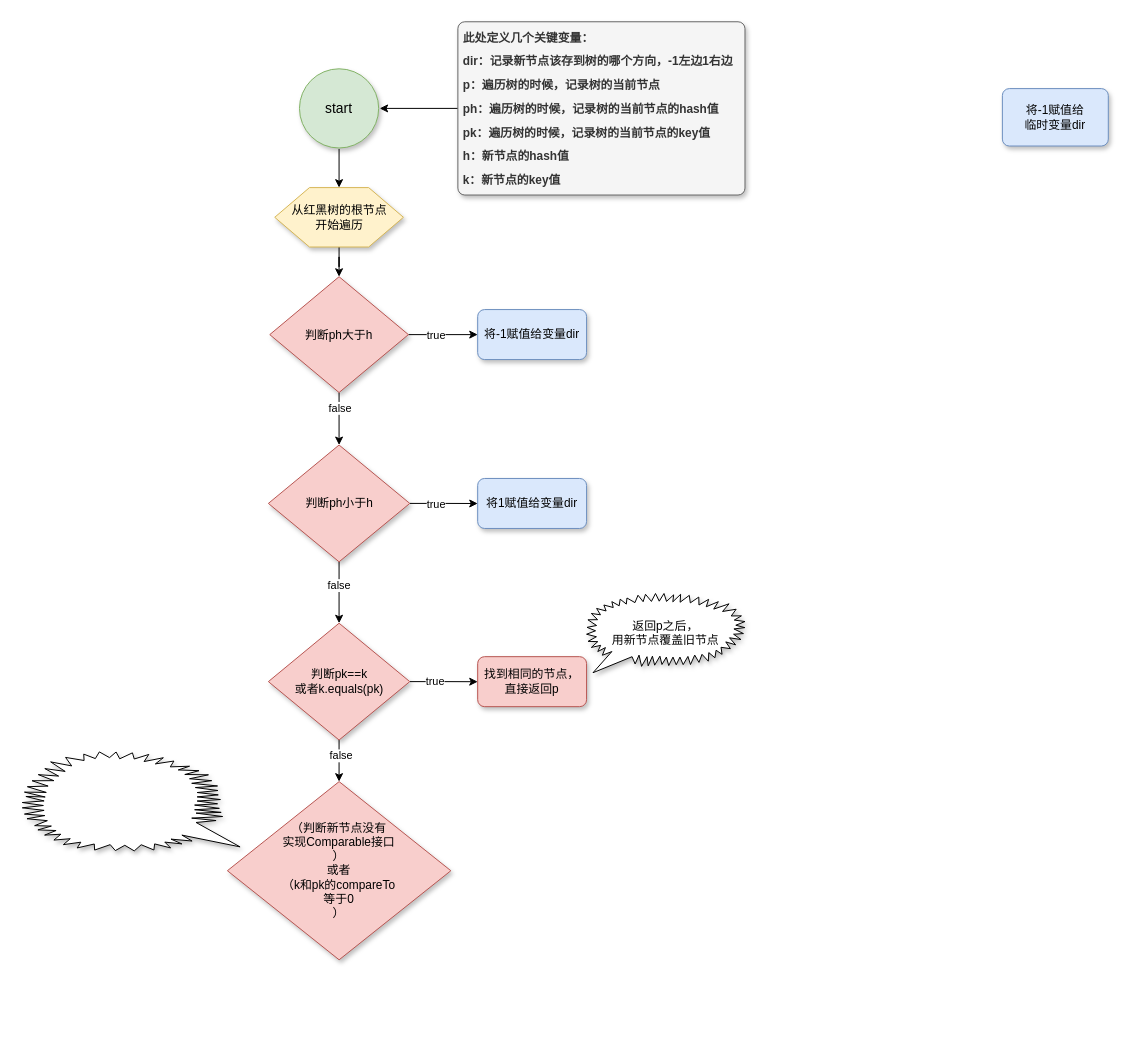
LDChing0321/JavaLearn keeps this draw.io diagram as page "第 2 页" (2 of 2) of typora/JavaSE/Test.drawio. Above is the earlier version. Source tidied: cells renumbered, new cells numbered last; positions are measured from the earlier drawing's top-left corner, leaving out a move shared by most shapes. Both pictures are drawn from the tidied source at 99%, with x=0, y=0 at pixel (22, 21).
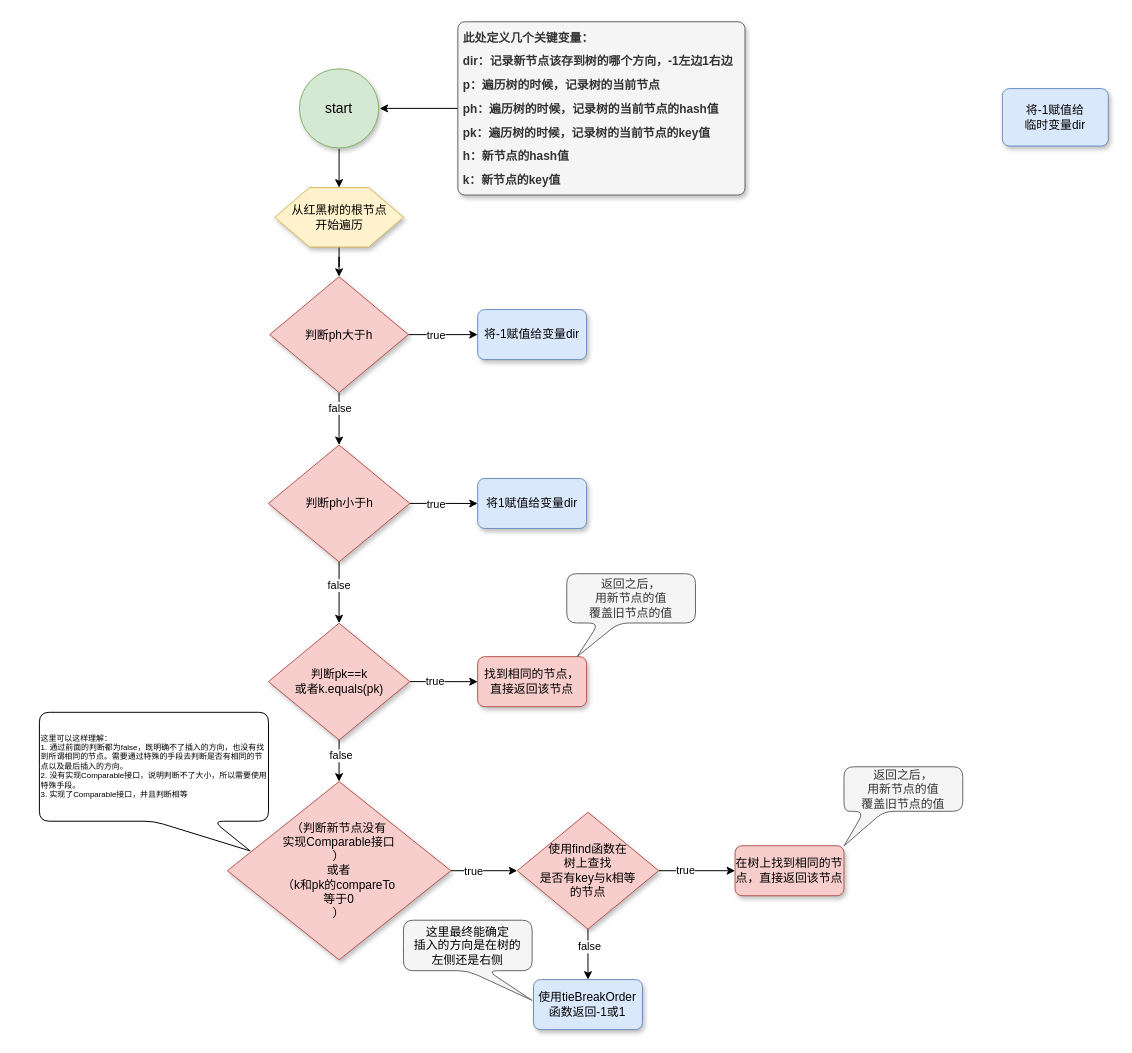
The same diagram, later.

The change refers to these unchanged cells:
```xml
<mxCell id="28" value="（判断新节点没有&lt;br&gt;实现Comparable接口&lt;br&gt;）&lt;br&gt;或者&lt;br&gt;（k和pk的compareTo&lt;br&gt;等于0&lt;br&gt;）" style="strokeWidth=1;html=1;shape=mxgraph.flowchart.decision;whiteSpace=wrap;fillColor=#f8cecc;strokeColor=#b85450;shadow=1;" parent="1" vertex="1">
  <mxGeometry x="207.2" y="768" width="225.7" height="180" as="geometry" />
</mxCell>
```

Change to the diagram source:
```diff
@@
-    <mxCell id="16" value="返回p之后，&lt;br&gt;用新节点覆盖旧节点" style="whiteSpace=wrap;html=1;shape=mxgraph.basic.loud_callout;strokeWidth=1;flipH=0;shadow=1;" parent="1" vertex="1">
-      <mxGeometry x="570" y="578" width="160" height="80" as="geometry" />
-    </mxCell>
@@
-    <mxCell id="27" value="找到相同的节点，&lt;br&gt;直接返回p" style="rounded=1;whiteSpace=wrap;html=1;absoluteArcSize=1;arcSize=14;strokeWidth=1;fillColor=#f8cecc;strokeColor=#b85450;shadow=1;" parent="1" vertex="1">
+    <mxCell id="27" value="找到相同的节点，&lt;br&gt;直接返回该节点" style="rounded=1;whiteSpace=wrap;html=1;absoluteArcSize=1;arcSize=14;strokeWidth=1;fillColor=#f8cecc;strokeColor=#b85450;shadow=1;" parent="1" vertex="1">
       <mxGeometry x="460" y="641.8" width="110" height="50.5" as="geometry" />
     </mxCell>
+    <mxCell id="30" style="edgeStyle=orthogonalEdgeStyle;rounded=0;jettySize=auto;html=1;" parent="1" edge="1" source="28">
+      <mxGeometry relative="1" as="geometry">
+        <mxPoint x="500" y="858" as="targetPoint" />
+      </mxGeometry>
+    </mxCell>
+    <mxCell id="31" value="true" style="edgeLabel;html=1;align=center;verticalAlign=middle;" parent="30" vertex="1">
+      <mxGeometry x="-0.31" y="-1" relative="1" as="geometry">
+        <mxPoint y="-1" as="offset" />
+      </mxGeometry>
+    </mxCell>
@@
-    <mxCell id="29" style="whiteSpace=wrap;html=1;shape=mxgraph.basic.loud_callout;strokeWidth=1;flipH=0;shadow=1;direction=north;" parent="1" vertex="1">
-      <mxGeometry y="738" width="220" height="100" as="geometry" />
-    </mxCell>
+    <mxCell id="32" style="edgeStyle=orthogonalEdgeStyle;rounded=0;jettySize=auto;html=1;" parent="1" edge="1" source="36" target="37">
+      <mxGeometry relative="1" as="geometry">
+        <Array as="points">
+          <mxPoint x="670" y="858" />
+          <mxPoint x="670" y="858" />
+        </Array>
+      </mxGeometry>
+    </mxCell>
+    <mxCell id="33" value="true" style="edgeLabel;html=1;align=center;verticalAlign=middle;" parent="32" vertex="1">
+      <mxGeometry x="-0.29" y="1" relative="1" as="geometry" />
+    </mxCell>
+    <mxCell id="34" style="edgeStyle=orthogonalEdgeStyle;rounded=0;jettySize=auto;html=1;" parent="1" edge="1" source="36" target="38">
+      <mxGeometry relative="1" as="geometry" />
+    </mxCell>
+    <mxCell id="35" value="false" style="edgeLabel;html=1;align=center;verticalAlign=middle;" parent="34" vertex="1">
+      <mxGeometry x="-0.32" y="1" relative="1" as="geometry" />
+    </mxCell>
+    <mxCell id="36" value="使用find函数在&lt;br&gt;树上查找&lt;br&gt;是否有key与k相等&lt;br&gt;的节点" style="strokeWidth=1;html=1;shape=mxgraph.flowchart.decision;whiteSpace=wrap;fillColor=#f8cecc;strokeColor=#b85450;shadow=1;" parent="1" vertex="1">
+      <mxGeometry x="500" y="799" width="142.8" height="118" as="geometry" />
+    </mxCell>
+    <mxCell id="37" value="在树上找到相同的节点，直接返回该节点" style="rounded=1;whiteSpace=wrap;html=1;absoluteArcSize=1;arcSize=14;strokeWidth=1;fillColor=#f8cecc;strokeColor=#b85450;shadow=1;" parent="1" vertex="1">
+      <mxGeometry x="720" y="832.8" width="110" height="50.5" as="geometry" />
+    </mxCell>
+    <mxCell id="38" value="使用tieBreakOrder函数返回-1或1" style="rounded=1;whiteSpace=wrap;html=1;absoluteArcSize=1;arcSize=14;strokeWidth=1;fillColor=#dae8fc;strokeColor=#6c8ebf;shadow=1;" parent="1" vertex="1">
+      <mxGeometry x="516.4" y="968" width="110" height="50.5" as="geometry" />
+    </mxCell>
+    <mxCell id="39" value="&lt;span style=&quot;color: rgb(0, 0, 0);&quot;&gt;这里最终能确定&lt;/span&gt;&lt;br style=&quot;color: rgb(0, 0, 0);&quot;&gt;&lt;span style=&quot;color: rgb(0, 0, 0);&quot;&gt;插入的方向是在树的&lt;/span&gt;&lt;br style=&quot;color: rgb(0, 0, 0);&quot;&gt;&lt;span style=&quot;color: rgb(0, 0, 0);&quot;&gt;左侧还是右侧&lt;/span&gt;" style="shape=callout;whiteSpace=wrap;html=1;perimeter=calloutPerimeter;position2=1;fillColor=#f5f5f5;fontColor=#333333;strokeColor=#666666;rounded=1;" parent="1" vertex="1">
+      <mxGeometry x="385" y="908" width="130" height="81" as="geometry" />
+    </mxCell>
+    <mxCell id="40" value="&lt;span style=&quot;&quot;&gt;返回之后，&lt;/span&gt;&lt;br style=&quot;&quot;&gt;&lt;span style=&quot;&quot;&gt;用新节点的值&lt;/span&gt;&lt;br style=&quot;&quot;&gt;&lt;span style=&quot;&quot;&gt;覆盖旧节点的值&lt;/span&gt;" style="shape=callout;whiteSpace=wrap;html=1;perimeter=calloutPerimeter;position2=0.08;fillColor=#f5f5f5;fontColor=#333333;strokeColor=#666666;size=34;position=0.25;rounded=1;" parent="1" vertex="1">
+      <mxGeometry x="550" y="558" width="130" height="83.8" as="geometry" />
+    </mxCell>
+    <mxCell id="41" value="&lt;span style=&quot;&quot;&gt;返回之后，&lt;/span&gt;&lt;br style=&quot;&quot;&gt;&lt;span style=&quot;&quot;&gt;用新节点的值&lt;/span&gt;&lt;br style=&quot;&quot;&gt;&lt;span style=&quot;&quot;&gt;覆盖旧节点的值&lt;/span&gt;" style="shape=callout;whiteSpace=wrap;html=1;perimeter=calloutPerimeter;size=35;position=0.17;position2=0;fillColor=#f5f5f5;fontColor=#333333;strokeColor=#666666;rounded=1;" parent="1" vertex="1">
+      <mxGeometry x="830" y="753" width="120" height="80" as="geometry" />
+    </mxCell>
+    <mxCell id="42" value="这里可以这样理解：&lt;br&gt;1. 通过前面的判断都为false，既明确不了插入的方向，也没有找到所谓相同的节点。需要通过特殊的手段去判断是否有相同的节点以及最后插入的方向。&lt;br&gt;2.&amp;nbsp;没有实现Comparable接口，说明判断不了大小，所以需要使用特殊手段。&lt;br&gt;3.&amp;nbsp;实现了Comparable接口，并且判断相等&lt;br&gt;" style="shape=callout;whiteSpace=wrap;perimeter=calloutPerimeter;rounded=1;position2=0.92;base=60;fontSize=8;align=left;html=1;" parent="1" vertex="1">
+      <mxGeometry x="17.3" y="698" width="231.4" height="140" as="geometry" />
+    </mxCell>
```
